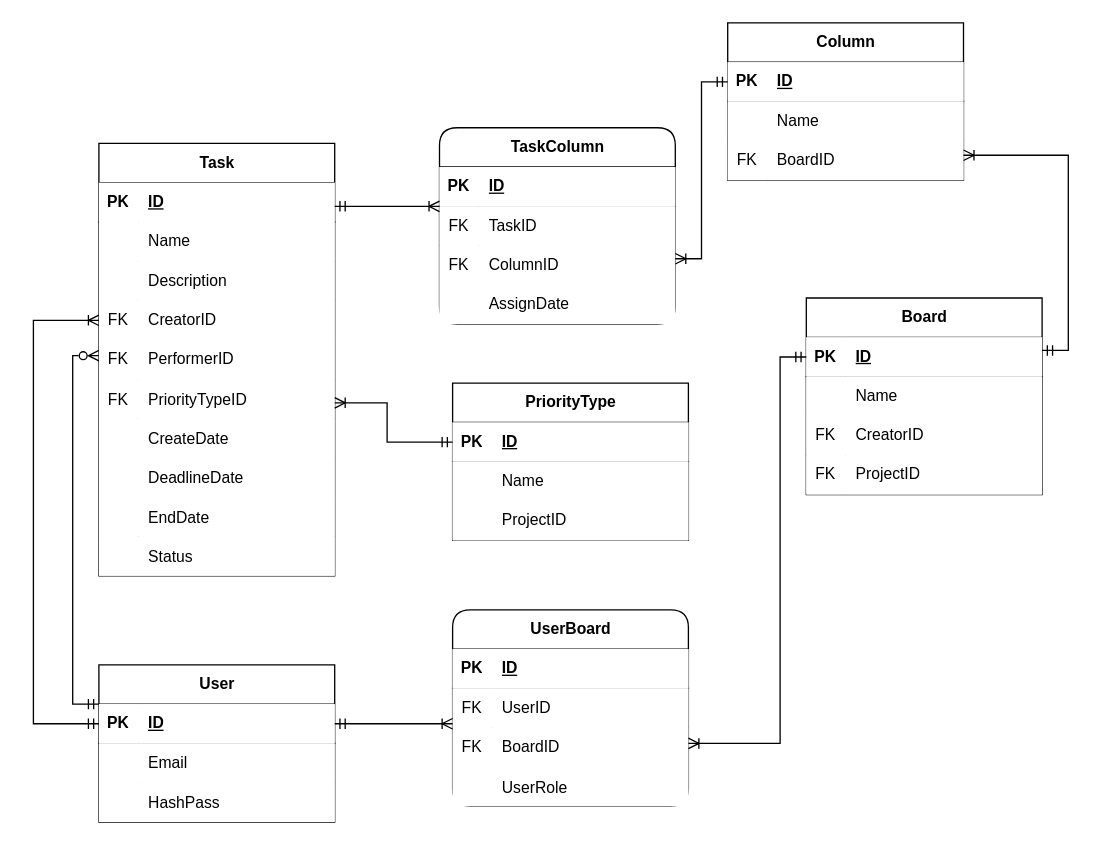
Before: doc/ER_Diagram.drawio in kemmed/KanbanApp, a draw.io diagram. Source tidied: cells renumbered, new cells numbered last; positions are measured from the earlier drawing's top-left corner, leaving out a move shared by most shapes. Both pictures are drawn from the tidied source at 131%, with x=0, y=0 at pixel (33, 22).
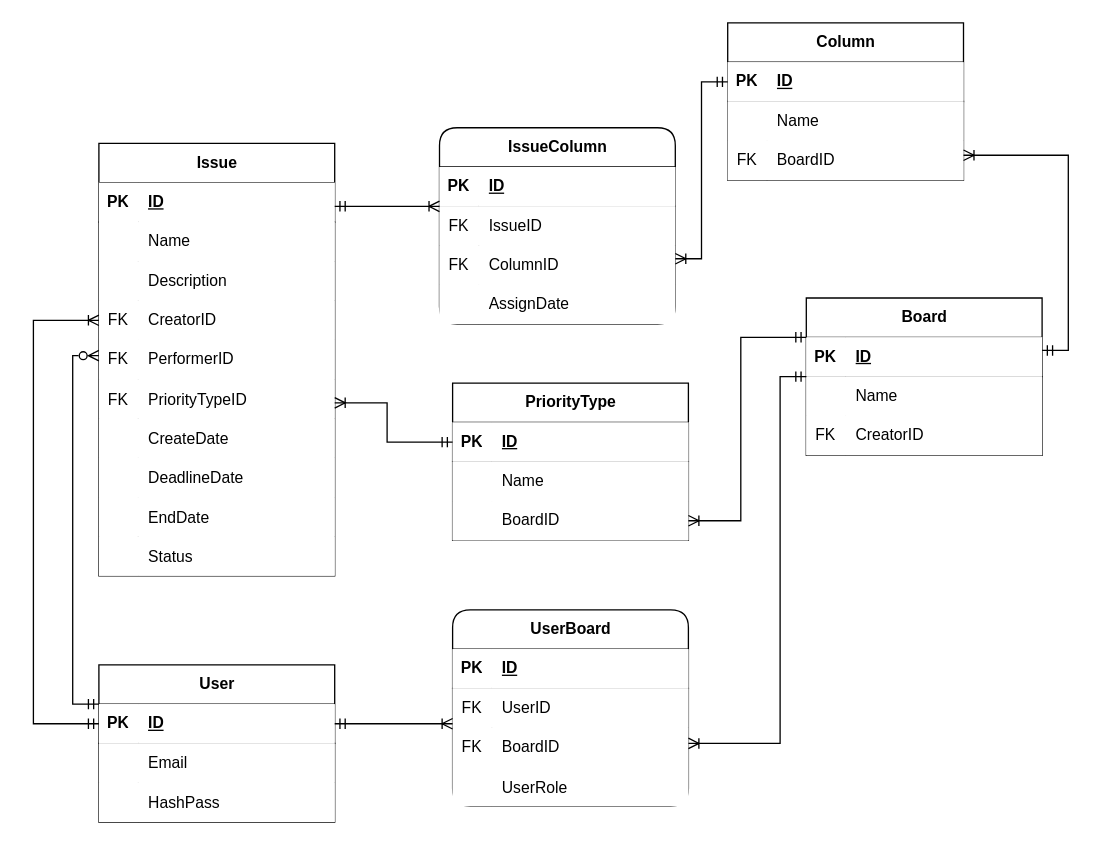
After the change.

Unchanged cells that the change refers to:
```xml
<mxCell id="44" style="shape=tableRow;horizontal=0;startSize=0;swimlaneHead=0;swimlaneBody=0;points=[[0,0.5],[1,0.5]];portConstraint=eastwest;top=0;left=0;right=0;bottom=1;" parent="43" vertex="1">
  <mxGeometry y="30" width="180" height="30" as="geometry" />
</mxCell>
<mxCell id="73" style="shape=tableRow;horizontal=0;startSize=0;swimlaneHead=0;swimlaneBody=0;points=[[0,0.5],[1,0.5]];portConstraint=eastwest;top=0;left=0;right=0;bottom=0;" parent="66" vertex="1">
  <mxGeometry y="90" width="180" height="30" as="geometry" />
</mxCell>
<mxCell id="87" style="shape=tableRow;horizontal=0;startSize=0;swimlaneHead=0;swimlaneBody=0;points=[[0,0.5],[1,0.5]];portConstraint=eastwest;top=0;left=0;right=0;bottom=0;" parent="83" vertex="1">
  <mxGeometry y="60" width="180" height="30" as="geometry" />
</mxCell>
<mxCell id="105" style="shape=tableRow;horizontal=0;startSize=0;swimlaneHead=0;swimlaneBody=0;points=[[0,0.5],[1,0.5]];portConstraint=eastwest;top=0;left=0;right=0;bottom=0;" parent="98" vertex="1">
  <mxGeometry y="90" width="180" height="30" as="geometry" />
</mxCell>
```

Change to the diagram source:
```diff
@@
-    <mxCell id="12" value="Task" style="shape=table;startSize=30;childLayout=tableLayout;rowLines=0;fontStyle=1;align=center;html=1;" parent="1" vertex="1">
+    <mxCell id="12" value="Issue" style="shape=table;startSize=30;childLayout=tableLayout;rowLines=0;fontStyle=1;align=center;html=1;" parent="1" vertex="1">
       <mxGeometry x="50" y="92" width="180" height="330" as="geometry" />
     </mxCell>
@@
     <mxCell id="43" value="Board" style="shape=table;startSize=30;childLayout=tableLayout;rowLines=0;fontStyle=1;align=center;html=1;" parent="1" vertex="1">
-      <mxGeometry x="590" y="210" width="180" height="150" as="geometry" />
+      <mxGeometry x="590" y="210" width="180" height="120" as="geometry" />
     </mxCell>
@@
-    <mxCell id="53" style="shape=tableRow;horizontal=0;startSize=0;swimlaneHead=0;swimlaneBody=0;top=0;left=0;right=0;bottom=0;" parent="43" vertex="1">
-      <mxGeometry y="120" width="180" height="30" as="geometry" />
-    </mxCell>
-    <mxCell id="54" value="FK" style="shape=partialRectangle;top=0;left=0;bottom=0;right=0;fontStyle=0;overflow=hidden;whiteSpace=wrap;html=1;" parent="53" vertex="1">
-      <mxGeometry width="30" height="30" as="geometry" />
-    </mxCell>
-    <mxCell id="55" value="ProjectID" style="shape=partialRectangle;top=0;left=0;bottom=0;right=0;align=left;spacingLeft=6;fontStyle=0;overflow=hidden;whiteSpace=wrap;html=1;" parent="53" vertex="1">
-      <mxGeometry x="30" width="150" height="30" as="geometry" />
-    </mxCell>
@@
-    <mxCell id="83" value="TaskColumn" style="shape=table;startSize=30;childLayout=tableLayout;rowLines=0;fontStyle=1;align=center;html=1;rounded=1;" parent="1" vertex="1">
+    <mxCell id="83" value="IssueColumn" style="shape=table;startSize=30;childLayout=tableLayout;rowLines=0;fontStyle=1;align=center;html=1;rounded=1;" parent="1" vertex="1">
       <mxGeometry x="310" y="80" width="180" height="150" as="geometry" />
     </mxCell>
@@
-    <mxCell id="89" value="TaskID" style="shape=partialRectangle;top=0;left=0;bottom=0;right=0;align=left;spacingLeft=6;overflow=hidden;whiteSpace=wrap;html=1;" parent="87" vertex="1">
+    <mxCell id="89" value="IssueID" style="shape=partialRectangle;top=0;left=0;bottom=0;right=0;align=left;spacingLeft=6;overflow=hidden;whiteSpace=wrap;html=1;" parent="87" vertex="1">
       <mxGeometry x="30" width="150" height="30" as="geometry" />
     </mxCell>
@@
-    <mxCell id="107" value="ProjectID" style="shape=partialRectangle;top=0;left=0;bottom=0;right=0;align=left;spacingLeft=6;fontStyle=0;overflow=hidden;whiteSpace=wrap;html=1;" parent="105" vertex="1">
+    <mxCell id="107" value="BoardID" style="shape=partialRectangle;top=0;left=0;bottom=0;right=0;align=left;spacingLeft=6;fontStyle=0;overflow=hidden;whiteSpace=wrap;html=1;" parent="105" vertex="1">
       <mxGeometry x="30" width="150" height="30" as="geometry" />
     </mxCell>
     <mxCell id="108" style="edgeStyle=orthogonalEdgeStyle;fontSize=12;html=1;endArrow=ERoneToMany;startArrow=ERmandOne;rounded=0;endFill=0;" parent="1" edge="1" source="44" target="73">
       <mxGeometry relative="1" as="geometry">
         <Array as="points">
-          <mxPoint x="570" y="255" />
+          <mxPoint x="570" y="270" />
           <mxPoint x="570" y="550" />
         </Array>
       </mxGeometry>
     </mxCell>
@@
+    <mxCell id="110" style="edgeStyle=orthogonalEdgeStyle;fontSize=12;html=1;endArrow=ERoneToMany;startArrow=ERmandOne;rounded=0;endFill=0;" parent="1" edge="1" source="44" target="105">
+      <mxGeometry relative="1" as="geometry">
+        <Array as="points">
+          <mxPoint x="540" y="240" />
+          <mxPoint x="540" y="380" />
+        </Array>
+      </mxGeometry>
+    </mxCell>
```
